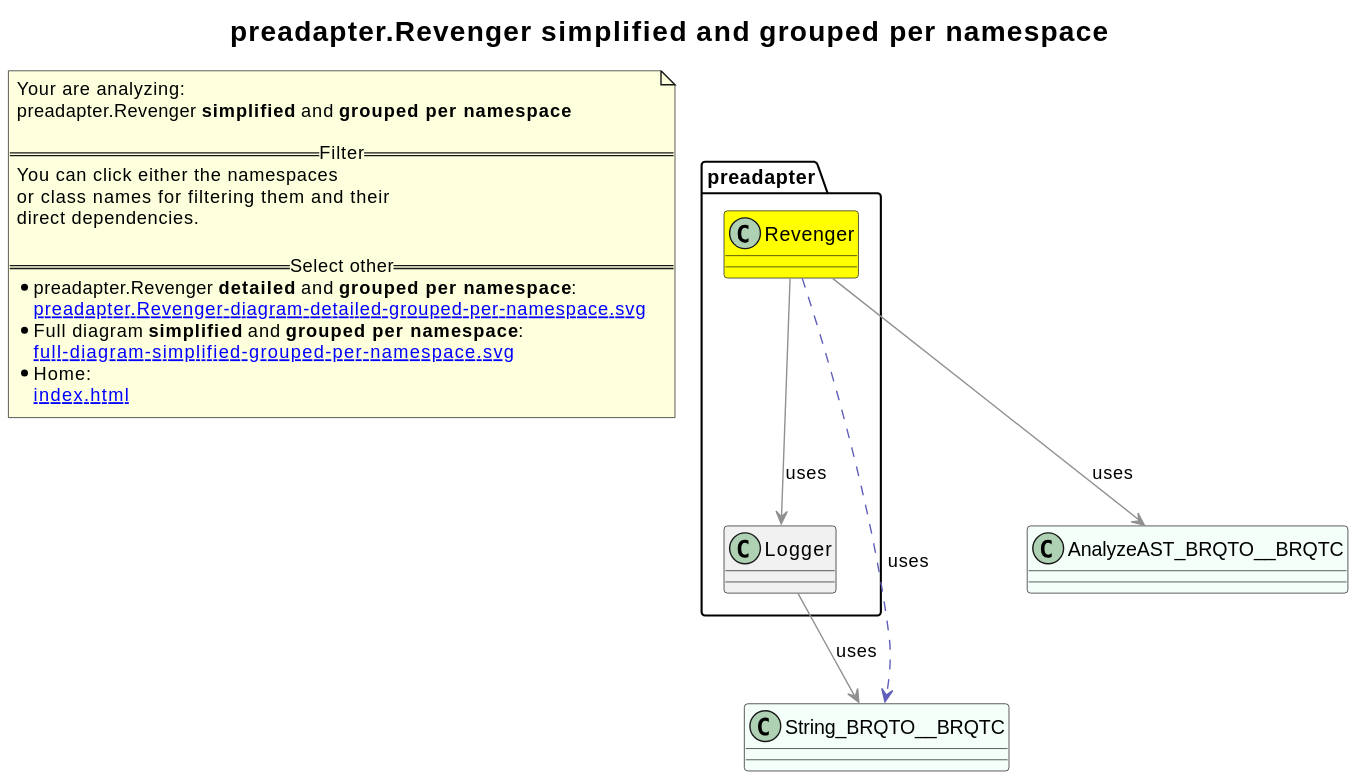
This is revenger-java-adapter.out/preadapter.Revenger-diagram-simplified-grouped-per-namespace.svg from 2BlackCoffees/revenger, a PlantUML export, as it was before one commit. Its diagram source:
```plantuml
@startuml
title <size:20>preadapter.Revenger **simplified** and **grouped per namespace**</size>
note "Your are analyzing:\npreadapter.Revenger **simplified** and **grouped per namespace**\n\n==Filter==\nYou can click either the namespaces \nor class names for filtering them and their\ndirect dependencies.\n\n==Select other==\n* preadapter.Revenger **detailed** and **grouped per namespace**:\n   [[preadapter.Revenger-diagram-detailed-grouped-per-namespace.svg]]\n* Full diagram **simplified** and **grouped per namespace**:\n   [[full-diagram-simplified-grouped-per-namespace.svg]]\n* Home:\n   [[index.html]]" as FloatingNote
class String_BRQTO__BRQTC [[String_BRQTO__BRQTC-diagram-simplified-grouped-per-namespace.svg]] #MintCream {
}
class AnalyzeAST_BRQTO__BRQTC [[AnalyzeAST_BRQTO__BRQTC-diagram-simplified-grouped-per-namespace.svg]] #MintCream {
}
namespace preadapter [[preadapter-diagram-simplified-grouped-per-namespace.svg]] {
class preadapter.Revenger [[preadapter.Revenger-diagram-simplified-grouped-per-namespace.svg]] #yellow {
}
class preadapter.Logger [[preadapter.Logger-diagram-simplified-grouped-per-namespace.svg]]  {
}
}
preadapter.Revenger .[#6060BB].> String_BRQTO__BRQTC  : uses
preadapter.Revenger -[#909090]-> preadapter.Logger  : uses
preadapter.Revenger -[#909090]-> AnalyzeAST_BRQTO__BRQTC  : uses
preadapter.Logger -[#909090]-> String_BRQTO__BRQTC  : uses
@enduml
```
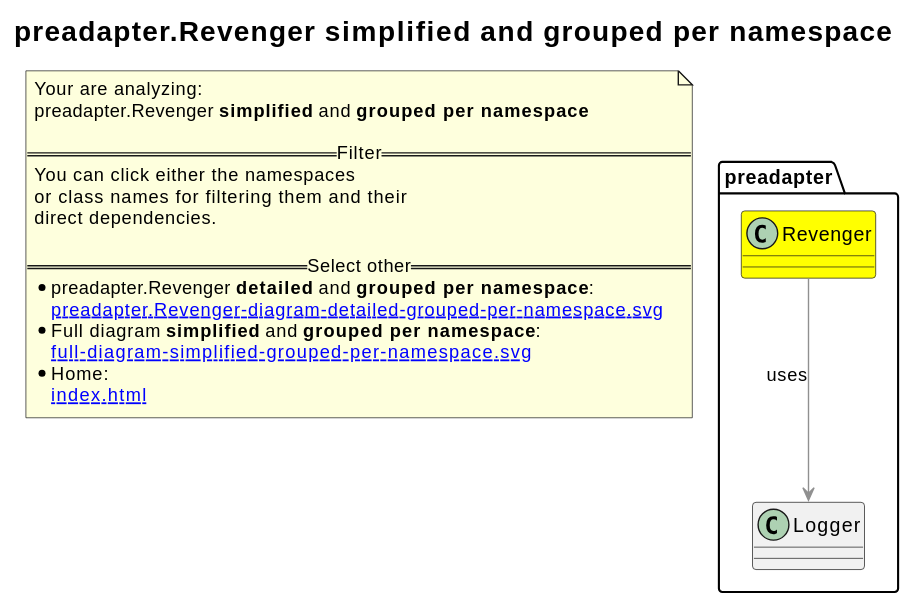
Later version of the same file.

Diff of the diagram source:
```diff
@@ -1,18 +1,12 @@
 @startuml
+skinparam linetype ortho
 title <size:20>preadapter.Revenger **simplified** and **grouped per namespace**</size>
 note "Your are analyzing:\npreadapter.Revenger **simplified** and **grouped per namespace**\n\n==Filter==\nYou can click either the namespaces \nor class names for filtering them and their\ndirect dependencies.\n\n==Select other==\n* preadapter.Revenger **detailed** and **grouped per namespace**:\n   [[preadapter.Revenger-diagram-detailed-grouped-per-namespace.svg]]\n* Full diagram **simplified** and **grouped per namespace**:\n   [[full-diagram-simplified-grouped-per-namespace.svg]]\n* Home:\n   [[index.html]]" as FloatingNote
-class String_BRQTO__BRQTC [[String_BRQTO__BRQTC-diagram-simplified-grouped-per-namespace.svg]] #MintCream {
-}
-class AnalyzeAST_BRQTO__BRQTC [[AnalyzeAST_BRQTO__BRQTC-diagram-simplified-grouped-per-namespace.svg]] #MintCream {
-}
 namespace preadapter [[preadapter-diagram-simplified-grouped-per-namespace.svg]] {
 class preadapter.Revenger [[preadapter.Revenger-diagram-simplified-grouped-per-namespace.svg]] #yellow {
 }
 class preadapter.Logger [[preadapter.Logger-diagram-simplified-grouped-per-namespace.svg]]  {
 }
 }
-preadapter.Revenger .[#6060BB].> String_BRQTO__BRQTC  : uses
 preadapter.Revenger -[#909090]-> preadapter.Logger  : uses
-preadapter.Revenger -[#909090]-> AnalyzeAST_BRQTO__BRQTC  : uses
-preadapter.Logger -[#909090]-> String_BRQTO__BRQTC  : uses
 @enduml
```
